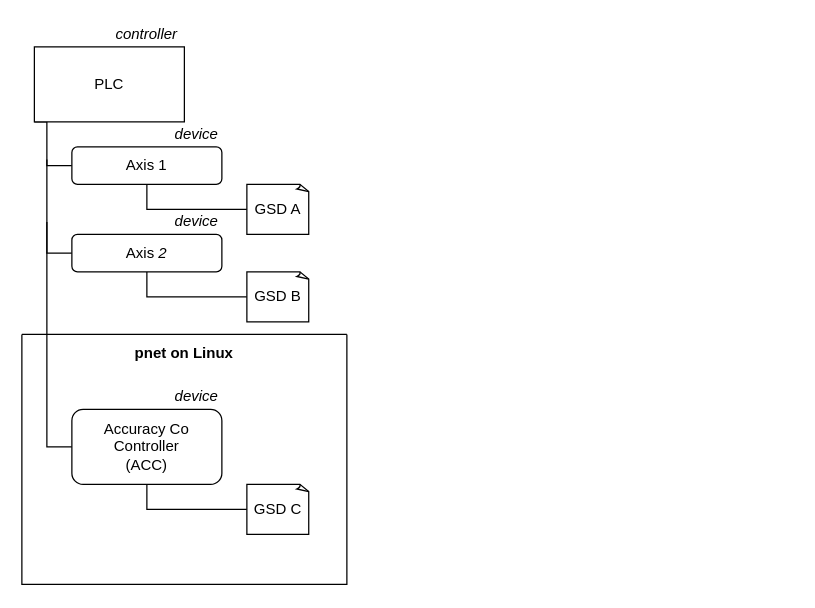
This is doc/illustrations/Untitled Diagram.drawio from rtlabs-com/p-net, a draw.io file, before an edit. Source tidied: cells renumbered, new cells numbered last; positions are measured from the earlier drawing's top-left corner, leaving out a move shared by most shapes. Both pictures are drawn from the tidied source at 125%, with x=0, y=0 at pixel (21, 21).
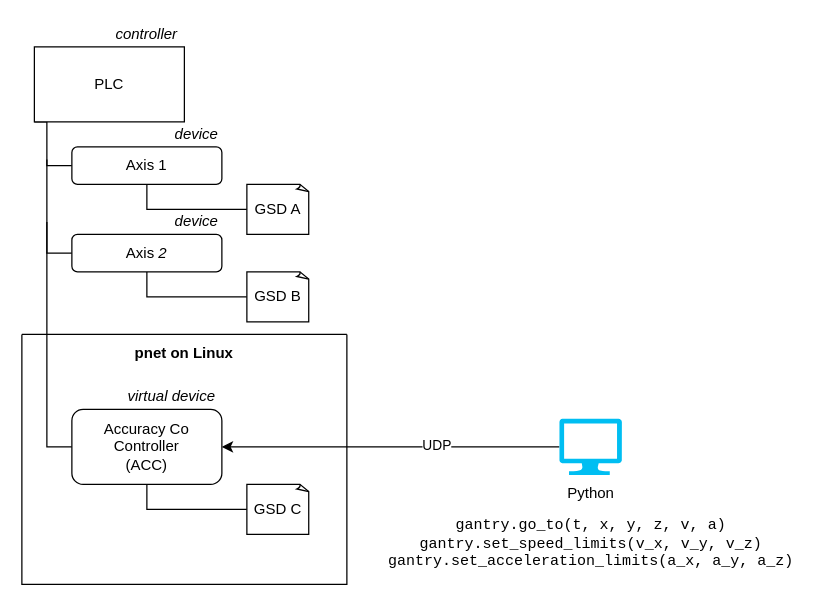
The same page after the edit.

Unchanged cells that the change refers to:
```xml
<mxCell id="15" value="&#10;&#10;pnet on Linux" style="swimlane;startSize=0;" parent="1" vertex="1">
  <mxGeometry y="250" width="260" height="200" as="geometry" />
</mxCell>
<mxCell id="16" value="&lt;div&gt;Accuracy Co Controller&lt;/div&gt;&lt;div&gt;(ACC)&lt;/div&gt;" style="rounded=1;whiteSpace=wrap;html=1;" parent="15" vertex="1">
  <mxGeometry x="40" y="60" width="120" height="60" as="geometry" />
</mxCell>
```

Change to the diagram source:
```diff
@@
-    <mxCell id="17" value="&lt;i&gt;device&lt;/i&gt;" style="text;html=1;strokeColor=none;fillColor=none;align=center;verticalAlign=middle;whiteSpace=wrap;rounded=0;" parent="15" vertex="1">
-      <mxGeometry x="120" y="40" width="40" height="20" as="geometry" />
+    <mxCell id="17" value="&lt;i&gt;virtual device&lt;/i&gt;" style="text;html=1;strokeColor=none;fillColor=none;align=center;verticalAlign=middle;whiteSpace=wrap;rounded=0;" parent="15" vertex="1">
+      <mxGeometry x="80" y="40" width="80" height="20" as="geometry" />
     </mxCell>
@@
+    <mxCell id="20" style="edgeStyle=orthogonalEdgeStyle;rounded=0;jettySize=auto;html=1;" parent="1" edge="1" source="22" target="16">
+      <mxGeometry relative="1" as="geometry" />
+    </mxCell>
+    <mxCell id="21" value="UDP" style="edgeLabel;html=1;align=center;verticalAlign=middle;" parent="20" vertex="1">
+      <mxGeometry x="-0.27" y="-2" relative="1" as="geometry" />
+    </mxCell>
+    <mxCell id="22" value="&lt;div&gt;Python&lt;/div&gt;&lt;div&gt;&lt;pre&gt;gantry.go_to(t, x, y, z, v, a)&lt;br&gt;gantry.set_speed_limits(v_x, v_y, v_z)&lt;br&gt;gantry.set_acceleration_limits(a_x, a_y, a_z)&lt;/pre&gt;&lt;/div&gt;" style="verticalLabelPosition=bottom;html=1;verticalAlign=top;align=center;strokeColor=none;fillColor=#00BEF2;shape=mxgraph.azure.computer;" parent="1" vertex="1">
+      <mxGeometry x="430" y="317.5" width="50" height="45" as="geometry" />
+    </mxCell>
```
